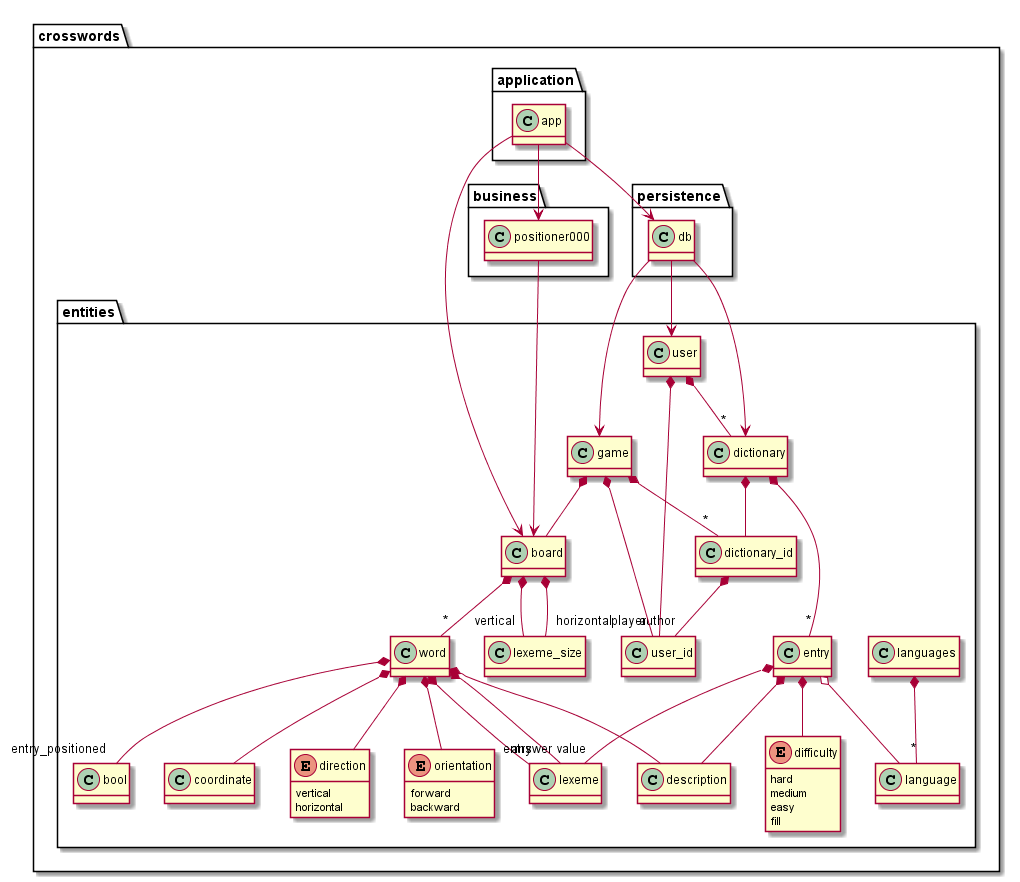
Earlier version of the PlantUML export code/crosswords/document/uml.png (rodrigocanellas/tenacitas).
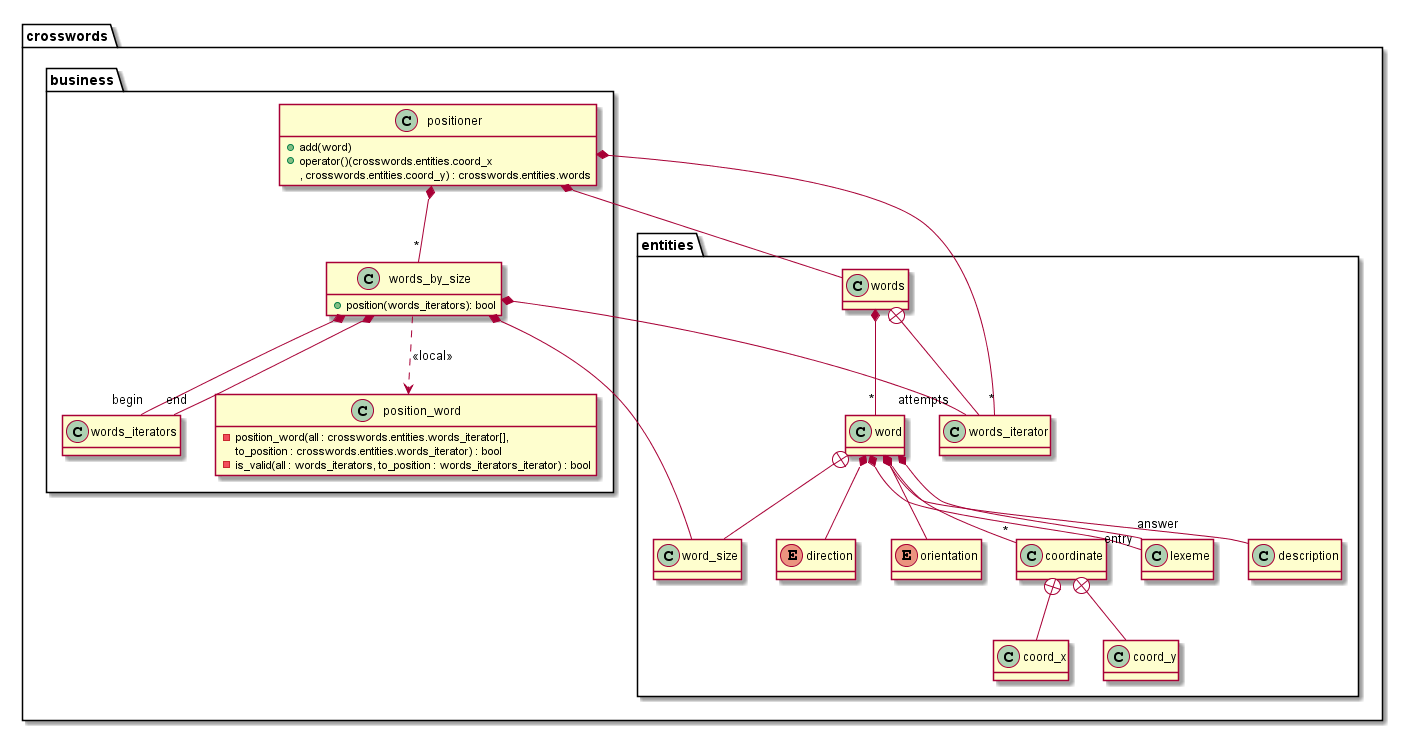
After the commit.

Commit message:
defined structure for new algorithm

Change to the diagram source:
```diff
@@ -1,81 +1,65 @@
 @startuml
-hide methods
+hide attribute
 
 namespace crosswords {
-namespace entities {
 
-enum difficulty {
-hard
-medium
-easy
-fill
-}
+	namespace entities {
 
-user *-- user_id
+		enum direction {
+			vertical
+			horizontal
+		}
 
-entry *-- difficulty
-entry *-- "value" lexeme
-entry *-- description
-entry o-- language
+		enum orientation {
+			forward
+			backward
+		}
 
-languages *-- "*" language
+		coordinate +-- coord_x
+		coordinate +-- coord_y
 
-user *-- "*" dictionary
+		word *-- direction
+		word *-- orientation
+		word *-- "entry" lexeme
+		word *-- "*" coordinate
+		word *-- "answer" lexeme
+		word *-- description
+		word +-- word_size
 
-dictionary *-- "*" entry
-dictionary *-- dictionary_id
-dictionary_id *-- "author" user_id
+		words *-- "*" word
+		words +-- words_iterator
+	}
 
-enum direction {
-vertical
-horizontal
-}
+	namespace business {
+		positioner *-- "*" crosswords.entities.words_iterator
 
-enum orientation {
-forward
-backward
-}
+		words_by_size *-- crosswords.entities.word_size
 
-word *-- "entry_positioned" bool
-word *-- direction
-word *-- orientation
-word *-- "entry" lexeme
-word *-- coordinate
-word *-- "answer" lexeme
-word *-- description
+		words_by_size *-- "begin" words_iterators
+		words_by_size *-- "end" words_iterators
 
-board *-- "*" word
-board *-- "vertical" lexeme_size
-board *-- "horizontal" lexeme_size
+		positioner *-- "*" words_by_size
+		positioner *-- crosswords.entities.words
 
-game *-- "player" user_id
-game *-- "*" dictionary_id
-game *-- board
+		class position_word {
+		- position_word(all : crosswords.entities.words_iterator[],
+			to_position : crosswords.entities.words_iterator) : bool
+		- is_valid(all : words_iterators, to_position : words_iterators_iterator) : bool
+		}
+
+		class positioner {
+		+ add(word)
+   		+ operator()(crosswords.entities.coord_x
+			, crosswords.entities.coord_y) : crosswords.entities.words
+		}
+
+		words_by_size ..> position_word : <<local>>
+		class words_by_size {
+		+ position(words_iterators): bool
+		}
+		words_by_size *-- "attempts" crosswords.entities.words_iterator
 
 
-}
-}
-
-namespace crosswords {
-namespace business {
-positioner000 --> crosswords.entities.board
-}
-}
-
-namespace crosswords {
-namespace persistence {
-db --> crosswords.entities.user
-db --> crosswords.entities.dictionary
-db --> crosswords.entities.game
-}
-}
-
-
-namespace crosswords {
-namespace application {
-app --> crosswords.entities.board
-app --> crosswords.business.positioner000
-app --> crosswords.persistence.db
-}
+	}
 }
 @enduml
```
